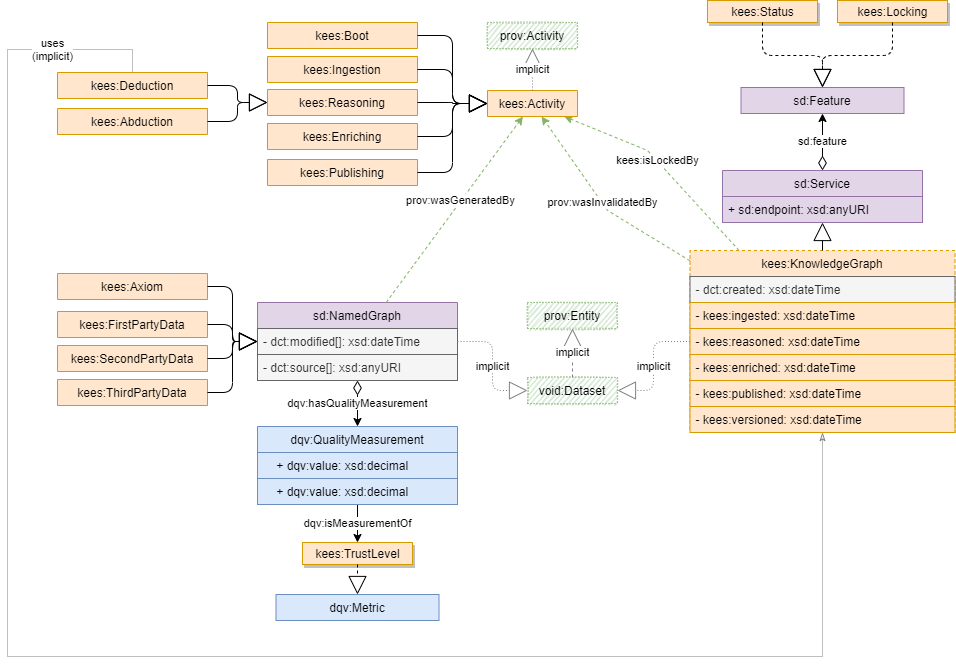
Earlier version of the draw.io export v1/images/uml.png (linkeddatacenter/kees). Source tidied: cells renumbered, new cells last; positions are measured from the earlier drawing's top-left corner, leaving out a move shared by most shapes.
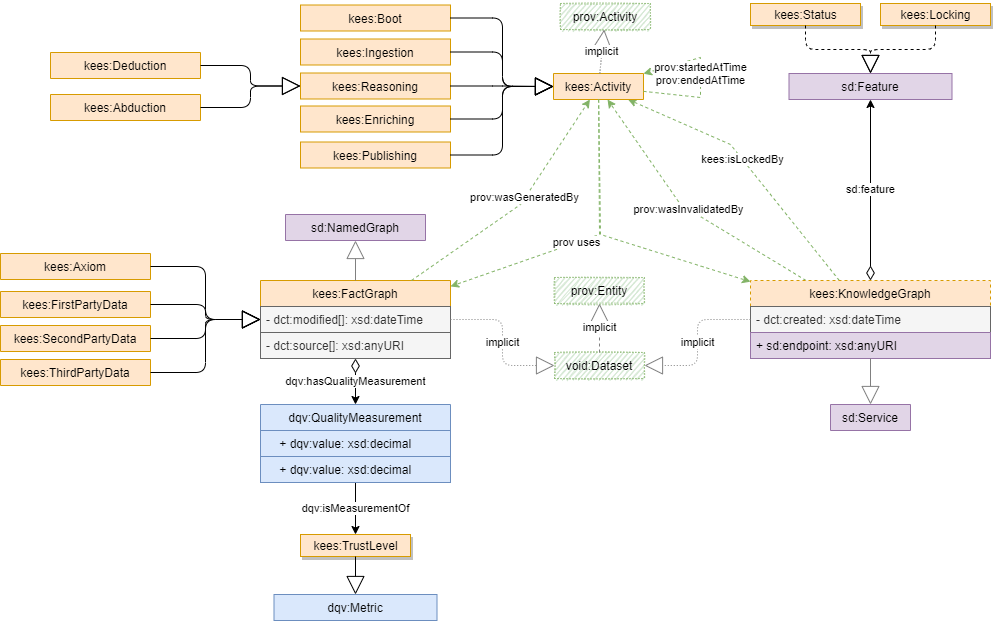
After the change.

The edit, as a diff of the source:
```diff
@@ -5,7 +5,7 @@
     <mxCell id="2" value="kees:isLockedBy" style="edgeStyle=none;rounded=0;jettySize=auto;html=1;dashed=1;endArrow=classic;endFill=1;fillColor=#d5e8d4;strokeColor=#82b366;" parent="1" edge="1" source="4" target="15">
       <mxGeometry x="0.08" y="-1" relative="1" as="geometry">
         <Array as="points">
-          <mxPoint x="640" y="150" />
+          <mxPoint x="730" y="149" />
         </Array>
         <mxPoint x="-1" as="offset" />
       </mxGeometry>
@@ -13,57 +13,39 @@
     <mxCell id="3" value="prov:wasInvalidatedBy" style="rounded=0;jettySize=auto;html=1;dashed=1;fillColor=#d5e8d4;strokeColor=#82b366;" parent="1" edge="1" source="4" target="15">
       <mxGeometry relative="1" as="geometry">
         <Array as="points">
-          <mxPoint x="600" y="210" />
+          <mxPoint x="680" y="209" />
         </Array>
       </mxGeometry>
     </mxCell>
     <mxCell id="4" value="kees:KnowledgeGraph" style="swimlane;fontStyle=0;horizontal=1;startSize=26;fillColor=#ffe6cc;strokeColor=#d79b00;labelBackgroundColor=none;dashed=1;" parent="1" vertex="1">
-      <mxGeometry x="682.5" y="250" width="265" height="182" as="geometry" />
+      <mxGeometry x="750" y="285" width="240" height="78" as="geometry" />
     </mxCell>
     <mxCell id="5" value="- dct:created: xsd:dateTime" style="text;strokeColor=#666666;fillColor=#f5f5f5;align=left;verticalAlign=top;spacingLeft=4;spacingRight=4;overflow=hidden;fontColor=#333333;" parent="4" vertex="1">
-      <mxGeometry y="26" width="265" height="26" as="geometry" />
+      <mxGeometry y="26" width="240" height="26" as="geometry" />
     </mxCell>
-    <mxCell id="6" value="- kees:ingested: xsd:dateTime" style="text;strokeColor=#d79b00;fillColor=#ffe6cc;align=left;verticalAlign=top;spacingLeft=4;spacingRight=4;overflow=hidden;" parent="4" vertex="1">
-      <mxGeometry y="52" width="265" height="26" as="geometry" />
-    </mxCell>
-    <mxCell id="7" value="- kees:reasoned: xsd:dateTime" style="text;strokeColor=#d79b00;fillColor=#ffe6cc;align=left;verticalAlign=top;spacingLeft=4;spacingRight=4;overflow=hidden;" parent="4" vertex="1">
-      <mxGeometry y="78" width="265" height="26" as="geometry" />
-    </mxCell>
-    <mxCell id="8" value="- kees:enriched: xsd:dateTime" style="text;strokeColor=#d79b00;fillColor=#ffe6cc;align=left;verticalAlign=top;spacingLeft=4;spacingRight=4;overflow=hidden;" parent="4" vertex="1">
-      <mxGeometry y="104" width="265" height="26" as="geometry" />
-    </mxCell>
-    <mxCell id="9" value="- kees:published: xsd:dateTime" style="text;strokeColor=#d79b00;fillColor=#ffe6cc;align=left;verticalAlign=top;spacingLeft=4;spacingRight=4;overflow=hidden;" parent="4" vertex="1">
-      <mxGeometry y="130" width="265" height="26" as="geometry" />
-    </mxCell>
-    <mxCell id="10" value="- kees:versioned: xsd:dateTime" style="text;strokeColor=#d79b00;fillColor=#ffe6cc;align=left;verticalAlign=top;spacingLeft=4;spacingRight=4;overflow=hidden;" parent="4" vertex="1">
-      <mxGeometry y="156" width="265" height="26" as="geometry" />
-    </mxCell>
+    <mxCell id="13" value="+ sd:endpoint: xsd:anyURI" style="text;strokeColor=#9673a6;fillColor=#e1d5e7;align=left;verticalAlign=top;spacingLeft=4;spacingRight=4;overflow=hidden;" parent="4" vertex="1">
+      <mxGeometry y="52" width="240" height="26" as="geometry" />
+    </mxCell>
-    <mxCell id="11" value="sd:feature" style="edgeStyle=elbowEdgeStyle;rounded=0;jettySize=auto;elbow=vertical;html=1;endArrow=classic;endFill=1;startArrow=diamondThin;startFill=0;startSize=12;" parent="1" edge="1" source="12" target="30">
+    <mxCell id="11" value="sd:feature" style="rounded=0;jettySize=auto;elbow=vertical;html=1;endArrow=classic;endFill=1;startArrow=diamondThin;startFill=0;startSize=12;" parent="1" edge="1" source="4" target="30">
       <mxGeometry relative="1" as="geometry" />
     </mxCell>
-    <mxCell id="12" value="sd:Service" style="swimlane;fontStyle=0;horizontal=1;startSize=26;labelBackgroundColor=none;fillColor=#e1d5e7;strokeColor=#9673a6;" parent="1" vertex="1">
-      <mxGeometry x="715" y="170" width="200" height="52" as="geometry" />
+    <mxCell id="12" value="sd:Service" style="swimlane;fontStyle=0;horizontal=1;startSize=26;labelBackgroundColor=none;fillColor=#e1d5e7;strokeColor=#9673a6;sketch=0;" parent="1" vertex="1" collapsed="1">
+      <mxGeometry x="830" y="409" width="80" height="26" as="geometry" />
     </mxCell>
-    <mxCell id="13" value="+ sd:endpoint: xsd:anyURI" style="text;strokeColor=#9673a6;fillColor=#e1d5e7;align=left;verticalAlign=top;spacingLeft=4;spacingRight=4;overflow=hidden;" parent="12" vertex="1">
-      <mxGeometry y="26" width="200" height="26" as="geometry" />
-    </mxCell>
-    <mxCell id="14" style="endArrow=block;endSize=16;endFill=0;html=1;" parent="1" edge="1" source="4" target="12">
-      <mxGeometry relative="1" as="geometry" />
-    </mxCell>
     <mxCell id="15" value="kees:Activity" style="swimlane;fontStyle=0;horizontal=1;startSize=26;labelBackgroundColor=none;fillColor=#ffe6cc;strokeColor=#d79b00;" parent="1" vertex="1" collapsed="1">
-      <mxGeometry x="480" y="90" width="90" height="26" as="geometry" />
+      <mxGeometry x="553" y="78" width="90" height="26" as="geometry" />
     </mxCell>
     <mxCell id="16" value="kees:Ingestion" style="swimlane;fontStyle=0;horizontal=1;startSize=26;fillColor=#ffe6cc;strokeColor=#d79b00;labelBackgroundColor=none;" parent="1" vertex="1" collapsed="1">
-      <mxGeometry x="260" y="56" width="150" height="26" as="geometry" />
+      <mxGeometry x="300" y="43.5" width="150" height="26" as="geometry" />
     </mxCell>
     <mxCell id="17" value="kees:Enriching" style="swimlane;fontStyle=0;horizontal=1;startSize=26;fillColor=#ffe6cc;strokeColor=#d79b00;labelBackgroundColor=none;" parent="1" vertex="1" collapsed="1">
-      <mxGeometry x="260" y="123" width="150" height="26" as="geometry" />
+      <mxGeometry x="300" y="110.5" width="150" height="26" as="geometry" />
     </mxCell>
     <mxCell id="18" value="kees:Reasoning" style="swimlane;fontStyle=0;horizontal=1;startSize=26;fillColor=#ffe6cc;strokeColor=#d79b00;labelBackgroundColor=none;" parent="1" vertex="1" collapsed="1">
-      <mxGeometry x="260" y="89" width="150" height="26" as="geometry" />
+      <mxGeometry x="300" y="77.5" width="150" height="26" as="geometry" />
     </mxCell>
     <mxCell id="19" value="kees:Publishing" style="swimlane;fontStyle=0;horizontal=1;startSize=26;fillColor=#ffe6cc;strokeColor=#d79b00;labelBackgroundColor=none;" parent="1" vertex="1" collapsed="1">
-      <mxGeometry x="260" y="159" width="150" height="26" as="geometry" />
+      <mxGeometry x="300" y="146.5" width="150" height="26" as="geometry" />
     </mxCell>
     <mxCell id="20" style="endArrow=block;endSize=16;endFill=0;html=1;edgeStyle=elbowEdgeStyle;" parent="1" edge="1" source="16" target="15">
       <mxGeometry relative="1" as="geometry" />
@@ -78,25 +60,25 @@
       <mxGeometry relative="1" as="geometry" />
     </mxCell>
     <mxCell id="24" value="kees:Boot" style="swimlane;fontStyle=0;horizontal=1;startSize=26;fillColor=#ffe6cc;strokeColor=#d79b00;labelBackgroundColor=none;" parent="1" vertex="1" collapsed="1">
-      <mxGeometry x="260" y="22" width="150" height="26" as="geometry" />
+      <mxGeometry x="300" y="9.5" width="150" height="26" as="geometry" />
     </mxCell>
     <mxCell id="25" style="endArrow=block;endSize=16;endFill=0;html=1;edgeStyle=elbowEdgeStyle;" parent="1" edge="1" source="24" target="15">
       <mxGeometry relative="1" as="geometry" />
     </mxCell>
     <mxCell id="26" value="prov:Activity" style="swimlane;fontStyle=0;horizontal=1;startSize=26;labelBackgroundColor=none;fillColor=#d5e8d4;strokeColor=#82b366;sketch=1;dashed=1;dashPattern=1 2;" parent="1" vertex="1" collapsed="1">
-      <mxGeometry x="480" y="22" width="90" height="26" as="geometry" />
+      <mxGeometry x="560" y="8" width="90" height="26" as="geometry" />
     </mxCell>
     <mxCell id="27" value="implicit" style="endArrow=block;endSize=16;endFill=0;html=1;dashed=1;dashPattern=1 2;strokeColor=#808080;" parent="1" edge="1" source="15" target="26">
       <mxGeometry relative="1" as="geometry" />
     </mxCell>
     <mxCell id="28" value="kees:Status" style="html=1;labelBackgroundColor=none;fillColor=#ffe6cc;strokeColor=#d79b00;shadow=1;" parent="1" vertex="1">
-      <mxGeometry x="700" width="110" height="22" as="geometry" />
+      <mxGeometry x="750" y="8" width="110" height="22" as="geometry" />
     </mxCell>
     <mxCell id="29" value="kees:Locking" style="html=1;labelBackgroundColor=none;fillColor=#ffe6cc;strokeColor=#d79b00;shadow=1;" parent="1" vertex="1">
-      <mxGeometry x="830" width="110" height="22" as="geometry" />
+      <mxGeometry x="880" y="8" width="110" height="22" as="geometry" />
     </mxCell>
     <mxCell id="30" value="sd:Feature" style="swimlane;fontStyle=0;horizontal=1;startSize=26;labelBackgroundColor=none;fillColor=#e1d5e7;strokeColor=#9673a6;" parent="1" vertex="1" collapsed="1">
-      <mxGeometry x="733.5" y="87" width="163" height="26" as="geometry" />
+      <mxGeometry x="788.5" y="78" width="163" height="26" as="geometry" />
     </mxCell>
     <mxCell id="31" style="endArrow=block;endSize=16;endFill=0;html=1;edgeStyle=elbowEdgeStyle;elbow=vertical;dashed=1;" parent="1" edge="1" source="28" target="30">
       <mxGeometry relative="1" as="geometry" />
@@ -104,56 +86,51 @@
     <mxCell id="32" style="endArrow=block;endSize=16;endFill=0;html=1;edgeStyle=elbowEdgeStyle;elbow=vertical;dashed=1;" parent="1" edge="1" source="29" target="30">
       <mxGeometry relative="1" as="geometry" />
     </mxCell>
-    <mxCell id="33" value="sd:NamedGraph" style="swimlane;fontStyle=0;horizontal=1;startSize=26;labelBackgroundColor=none;fillColor=#e1d5e7;strokeColor=#9673a6;" parent="1" vertex="1">
-      <mxGeometry x="250" y="302" width="200" height="78" as="geometry" />
+    <mxCell id="33" value="kees:FactGraph" style="swimlane;fontStyle=0;horizontal=1;startSize=26;labelBackgroundColor=none;fillColor=#ffe6cc;strokeColor=#d79b00;" parent="1" vertex="1">
+      <mxGeometry x="260" y="285" width="190" height="78" as="geometry" />
     </mxCell>
     <mxCell id="34" value="- dct:modified[]: xsd:dateTime" style="text;strokeColor=#666666;fillColor=#f5f5f5;align=left;verticalAlign=top;spacingLeft=4;spacingRight=4;overflow=hidden;fontColor=#333333;" parent="33" vertex="1">
-      <mxGeometry y="26" width="200" height="26" as="geometry" />
+      <mxGeometry y="26" width="190" height="26" as="geometry" />
     </mxCell>
     <mxCell id="35" value="- dct:source[]: xsd:anyURI" style="text;strokeColor=#666666;fillColor=#f5f5f5;align=left;verticalAlign=top;spacingLeft=4;spacingRight=4;overflow=hidden;fontColor=#333333;" parent="33" vertex="1">
-      <mxGeometry y="52" width="200" height="26" as="geometry" />
+      <mxGeometry y="52" width="190" height="26" as="geometry" />
     </mxCell>
     <mxCell id="36" value="prov:wasGeneratedBy" style="edgeStyle=none;rounded=0;jettySize=auto;html=1;dashed=1;endArrow=classic;endFill=1;fillColor=#d5e8d4;strokeColor=#82b366;" parent="1" edge="1" source="33" target="15">
-      <mxGeometry x="0.09" relative="1" as="geometry" />
+      <mxGeometry x="0.09" relative="1" as="geometry">
+        <Array as="points">
+          <mxPoint x="520" y="209" />
+        </Array>
+      </mxGeometry>
     </mxCell>
     <mxCell id="37" value="dqv:isMeasurementOf" style="edgeStyle=none;rounded=0;jettySize=auto;html=1;startArrow=none;startFill=0;endArrow=classic;endFill=1;startSize=12;" parent="1" edge="1" source="38" target="42">
       <mxGeometry relative="1" as="geometry" />
     </mxCell>
     <mxCell id="38" value="dqv:QualityMeasurement" style="swimlane;fontStyle=0;horizontal=1;startSize=26;labelBackgroundColor=none;fillColor=#dae8fc;strokeColor=#6c8ebf;" parent="1" vertex="1">
-      <mxGeometry x="250" y="426" width="200" height="78" as="geometry" />
+      <mxGeometry x="260" y="409" width="190" height="78" as="geometry" />
     </mxCell>
     <mxCell id="39" value="    + dqv:value: xsd:decimal" style="text;strokeColor=#6c8ebf;fillColor=#dae8fc;align=left;verticalAlign=top;spacingLeft=4;spacingRight=4;overflow=hidden;labelBackgroundColor=none;fontColor=default;" parent="38" vertex="1">
-      <mxGeometry y="26" width="200" height="26" as="geometry" />
+      <mxGeometry y="26" width="190" height="26" as="geometry" />
     </mxCell>
     <mxCell id="40" value="    + dqv:value: xsd:decimal" style="text;strokeColor=#6c8ebf;fillColor=#dae8fc;align=left;verticalAlign=top;spacingLeft=4;spacingRight=4;overflow=hidden;labelBackgroundColor=none;fontColor=default;" parent="38" vertex="1">
-      <mxGeometry y="52" width="200" height="26" as="geometry" />
+      <mxGeometry y="52" width="190" height="26" as="geometry" />
     </mxCell>
     <mxCell id="41" value="dqv:hasQualityMeasurement" style="rounded=0;jettySize=auto;elbow=vertical;html=1;endArrow=classic;endFill=1;startArrow=diamondThin;startFill=0;startSize=12;" parent="1" edge="1" source="33" target="38">
       <mxGeometry relative="1" as="geometry" />
     </mxCell>
     <mxCell id="42" value="kees:TrustLevel" style="html=1;labelBackgroundColor=none;fillColor=#ffe6cc;strokeColor=#d79b00;shadow=1;" parent="1" vertex="1">
-      <mxGeometry x="295" y="542" width="110" height="22" as="geometry" />
+      <mxGeometry x="300" y="539" width="110" height="22" as="geometry" />
     </mxCell>
     <mxCell id="43" value="dqv:Metric" style="swimlane;fontStyle=0;horizontal=1;startSize=26;labelBackgroundColor=none;fillColor=#dae8fc;strokeColor=#6c8ebf;" parent="1" vertex="1" collapsed="1">
-      <mxGeometry x="268.5" y="594" width="163" height="26" as="geometry" />
+      <mxGeometry x="273.5" y="599" width="163" height="26" as="geometry" />
     </mxCell>
-    <mxCell id="44" style="endArrow=block;endSize=16;endFill=0;html=1;elbow=vertical;dashed=1;" parent="1" edge="1" source="42" target="43">
+    <mxCell id="44" style="endArrow=block;endSize=16;endFill=0;html=1;elbow=vertical;" parent="1" edge="1" source="42" target="43">
       <mxGeometry relative="1" as="geometry" />
     </mxCell>
-    <mxCell id="45" value="uses&lt;br&gt;(implicit)" style="edgeStyle=orthogonalEdgeStyle;rounded=0;jettySize=auto;html=1;dashed=1;dashPattern=1 1;strokeColor=#808080;endArrow=classicThin;endFill=0;" parent="1" edge="1" source="46" target="4">
-      <mxGeometry x="-0.89" relative="1" as="geometry">
-        <Array as="points">
-          <mxPoint y="49" />
-          <mxPoint y="656" />
-          <mxPoint x="815" y="656" />
-        </Array>
-      </mxGeometry>
-    </mxCell>
     <mxCell id="46" value="kees:Deduction" style="swimlane;fontStyle=0;horizontal=1;startSize=26;fillColor=#ffe6cc;strokeColor=#d79b00;labelBackgroundColor=none;" parent="1" vertex="1" collapsed="1">
-      <mxGeometry x="50" y="72" width="150" height="26" as="geometry" />
+      <mxGeometry x="50" y="57" width="150" height="26" as="geometry" />
     </mxCell>
     <mxCell id="47" value="kees:Abduction" style="swimlane;fontStyle=0;horizontal=1;startSize=26;fillColor=#ffe6cc;strokeColor=#d79b00;labelBackgroundColor=none;" parent="1" vertex="1" collapsed="1">
-      <mxGeometry x="50" y="108" width="150" height="26" as="geometry" />
+      <mxGeometry x="50" y="99" width="150" height="26" as="geometry" />
     </mxCell>
     <mxCell id="48" value="implicit" style="endArrow=block;endSize=16;endFill=0;html=1;edgeStyle=elbowEdgeStyle;dashed=1;dashPattern=1 2;strokeColor=#808080;" parent="1" edge="1" source="33" target="51">
       <mxGeometry relative="1" as="geometry" />
@@ -165,16 +142,16 @@
       <mxGeometry relative="1" as="geometry" />
     </mxCell>
     <mxCell id="51" value="void:Dataset" style="swimlane;fontStyle=0;horizontal=1;startSize=26;labelBackgroundColor=none;fillColor=#d5e8d4;strokeColor=#82b366;sketch=1;dashed=1;dashPattern=1 2;" parent="1" vertex="1" collapsed="1">
-      <mxGeometry x="520" y="377" width="90" height="26" as="geometry" />
+      <mxGeometry x="554" y="357" width="90" height="26" as="geometry" />
     </mxCell>
     <mxCell id="52" value="kees:FirstPartyData" style="swimlane;fontStyle=0;horizontal=1;startSize=26;fillColor=#ffe6cc;strokeColor=#d79b00;labelBackgroundColor=none;" parent="1" vertex="1" collapsed="1">
-      <mxGeometry x="50" y="311" width="150" height="26" as="geometry" />
+      <mxGeometry y="296" width="150" height="26" as="geometry" />
     </mxCell>
     <mxCell id="53" value="kees:SecondPartyData" style="swimlane;fontStyle=0;horizontal=1;startSize=26;fillColor=#ffe6cc;strokeColor=#d79b00;labelBackgroundColor=none;" parent="1" vertex="1" collapsed="1">
-      <mxGeometry x="50" y="345" width="150" height="26" as="geometry" />
+      <mxGeometry y="330" width="150" height="26" as="geometry" />
     </mxCell>
     <mxCell id="54" value="kees:ThirdPartyData" style="swimlane;fontStyle=0;horizontal=1;startSize=26;fillColor=#ffe6cc;strokeColor=#d79b00;labelBackgroundColor=none;" parent="1" vertex="1" collapsed="1">
-      <mxGeometry x="50" y="379" width="150" height="26" as="geometry" />
+      <mxGeometry y="364" width="150" height="26" as="geometry" />
     </mxCell>
     <mxCell id="55" style="endArrow=block;endSize=16;endFill=0;html=1;edgeStyle=elbowEdgeStyle;" parent="1" edge="1" source="52" target="33">
       <mxGeometry relative="1" as="geometry" />
@@ -186,7 +163,7 @@
       <mxGeometry relative="1" as="geometry" />
     </mxCell>
     <mxCell id="58" value="prov:Entity" style="swimlane;fontStyle=0;horizontal=1;startSize=26;labelBackgroundColor=none;fillColor=#d5e8d4;strokeColor=#82b366;sketch=1;dashed=1;dashPattern=1 2;" parent="1" vertex="1" collapsed="1">
-      <mxGeometry x="520" y="302" width="90" height="26" as="geometry" />
+      <mxGeometry x="554" y="282" width="90" height="26" as="geometry" />
     </mxCell>
     <mxCell id="59" value="implicit" style="endArrow=block;endSize=16;endFill=0;html=1;edgeStyle=elbowEdgeStyle;dashed=1;strokeColor=#808080;" parent="1" edge="1" source="51" target="58">
       <mxGeometry relative="1" as="geometry" />
@@ -195,10 +172,41 @@
       <mxGeometry relative="1" as="geometry" />
     </mxCell>
     <mxCell id="61" value="kees:Axiom" style="swimlane;fontStyle=0;horizontal=1;startSize=26;fillColor=#ffe6cc;strokeColor=#d79b00;labelBackgroundColor=none;" parent="1" vertex="1" collapsed="1">
-      <mxGeometry x="50" y="273" width="150" height="26" as="geometry" />
+      <mxGeometry y="258" width="150" height="26" as="geometry" />
     </mxCell>
     <mxCell id="62" style="endArrow=block;endSize=16;endFill=0;html=1;edgeStyle=elbowEdgeStyle;" parent="1" edge="1" source="61" target="33">
       <mxGeometry relative="1" as="geometry" />
     </mxCell>
+    <mxCell id="63" value="prov:startedAtTime&lt;br&gt;prov:endedAtTime" style="edgeStyle=none;rounded=0;orthogonalLoop=1;jettySize=auto;html=1;dashed=1;endArrow=classic;endFill=1;fillColor=#d5e8d4;strokeColor=#82b366;" parent="1" edge="1" source="15" target="15">
+      <mxGeometry x="0.03" relative="1" as="geometry">
+        <Array as="points">
+          <mxPoint x="700" y="102" />
+          <mxPoint x="700" y="62" />
+        </Array>
+      </mxGeometry>
+    </mxCell>
+    <mxCell id="64" value="sd:NamedGraph" style="swimlane;fontStyle=0;horizontal=1;startSize=26;labelBackgroundColor=none;fillColor=#e1d5e7;strokeColor=#9673a6;" parent="1" vertex="1" collapsed="1">
+      <mxGeometry x="285" y="219" width="140" height="26" as="geometry" />
+    </mxCell>
+    <mxCell id="65" style="endArrow=block;endSize=16;endFill=0;html=1;strokeColor=#808080;" parent="1" edge="1" source="33" target="64">
+      <mxGeometry relative="1" as="geometry" />
+    </mxCell>
+    <mxCell id="14" style="endArrow=block;endSize=16;endFill=0;html=1;strokeColor=#808080;" parent="1" edge="1" source="4" target="12">
+      <mxGeometry relative="1" as="geometry" />
+    </mxCell>
+    <mxCell id="66" value="prov uses" style="edgeStyle=none;rounded=0;jettySize=auto;html=1;dashed=1;endArrow=classic;endFill=1;fillColor=#d5e8d4;strokeColor=#82b366;" parent="1" edge="1" source="15" target="33">
+      <mxGeometry x="0.09" relative="1" as="geometry">
+        <Array as="points">
+          <mxPoint x="599" y="239" />
+        </Array>
+      </mxGeometry>
+    </mxCell>
+    <mxCell id="67" style="edgeStyle=none;rounded=0;jettySize=auto;html=1;dashed=1;endArrow=classic;endFill=1;fillColor=#d5e8d4;strokeColor=#82b366;" parent="1" edge="1" source="15" target="4">
+      <mxGeometry x="0.09" relative="1" as="geometry">
+        <Array as="points">
+          <mxPoint x="600" y="239" />
+        </Array>
+      </mxGeometry>
+    </mxCell>
   </root>
 </mxGraphModel>
```
